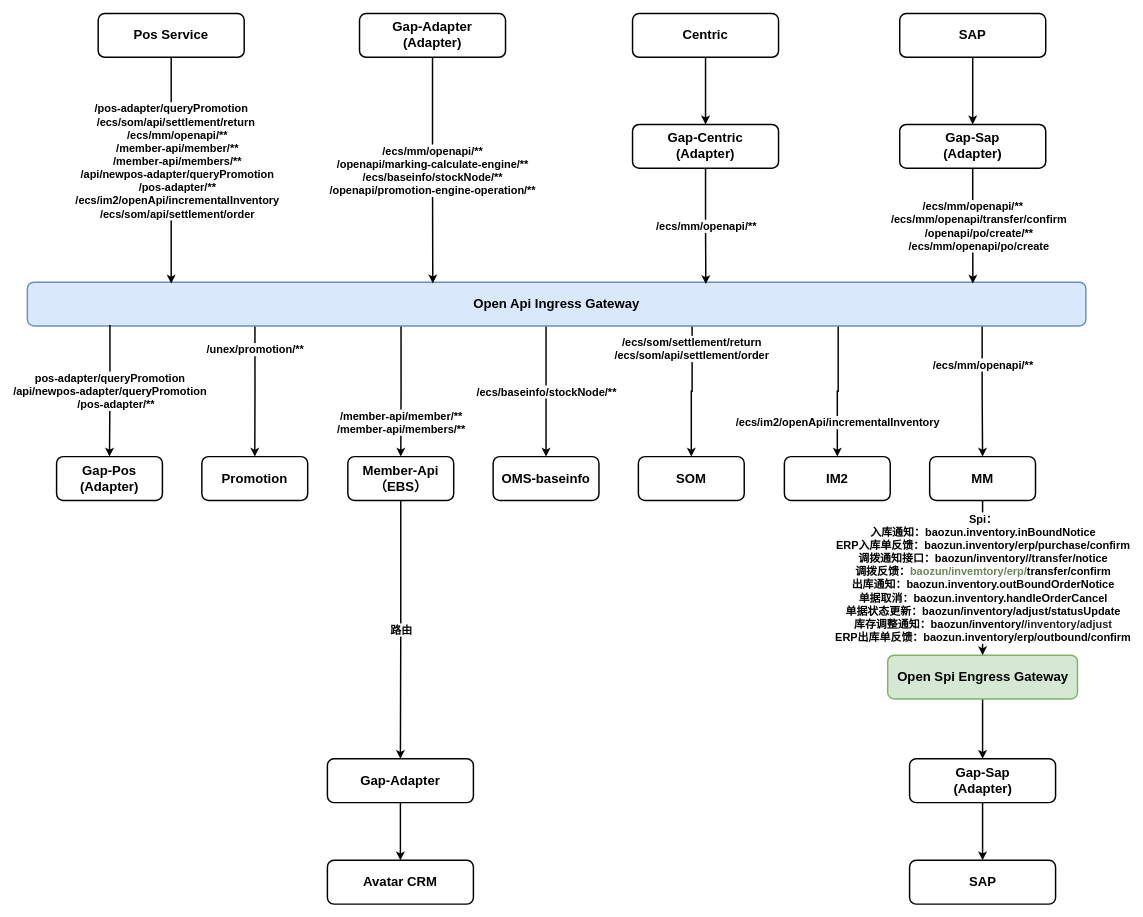
The draw.io diagram page "gap" (1 of 2) of open-api&open-spi.drawio in jackie-thank/beego-authz, before the edit. Source tidied: cells renumbered, new cells numbered last; positions are measured from the earlier drawing's top-left corner, leaving out a move shared by most shapes. Both pictures are drawn from the tidied source at 73%, with x=0, y=0 at pixel (27, 13).
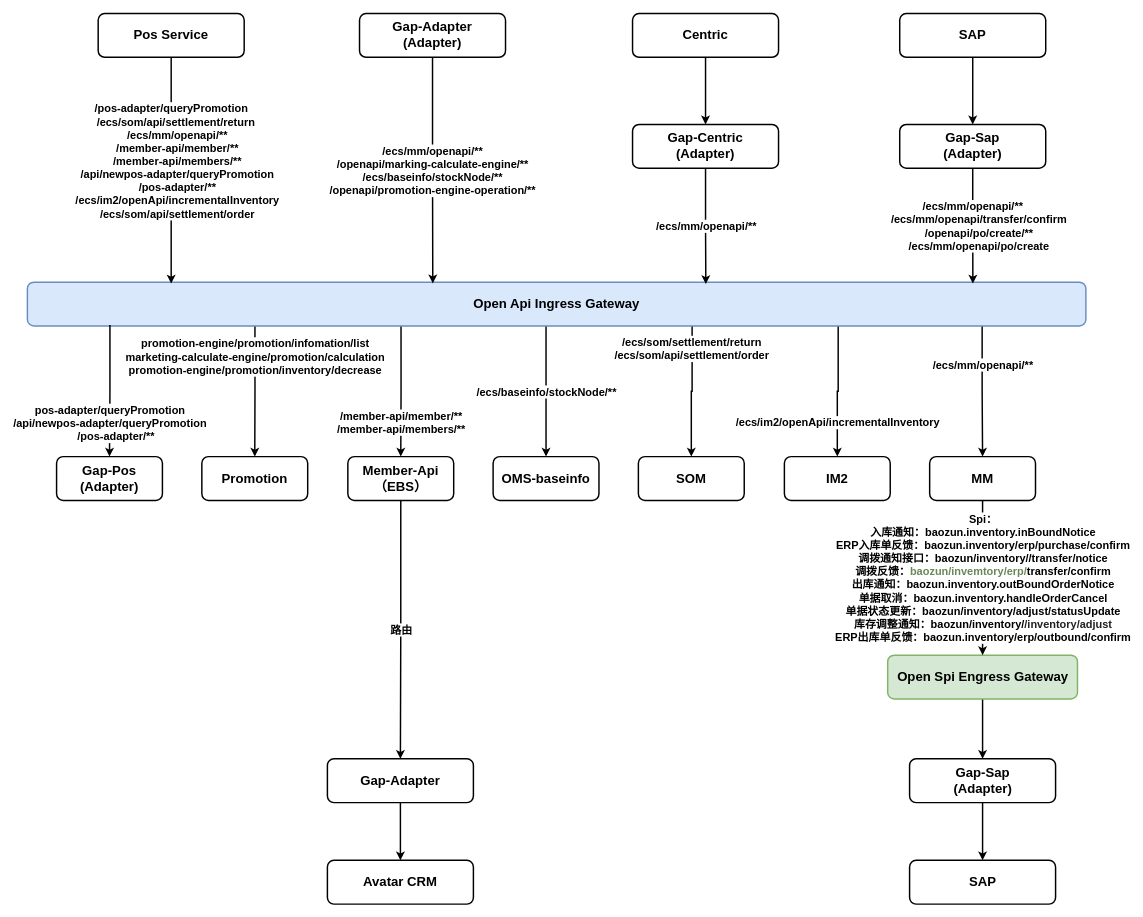
The same diagram, later.

The change refers to these unchanged cells:
```xml
<mxCell id="8" value="Open Api Ingress Gateway" style="rounded=1;whiteSpace=wrap;html=1;strokeWidth=2;fontSize=18;fontStyle=1;align=center;fillColor=#dae8fc;strokeColor=#6c8ebf;" parent="1" vertex="1">
  <mxGeometry y="368" width="1450" height="60" as="geometry" />
</mxCell>
<mxCell id="15" value="&lt;div&gt;Gap-Pos&lt;/div&gt;&lt;div&gt;(Adapter)&lt;br&gt;&lt;/div&gt;" style="rounded=1;whiteSpace=wrap;html=1;strokeWidth=2;fontSize=18;fontStyle=1;align=center;" parent="1" vertex="1">
  <mxGeometry x="40" y="607" width="145" height="60" as="geometry" />
</mxCell>
<mxCell id="20" value="&lt;div&gt;Promotion&lt;br&gt;&lt;/div&gt;" style="rounded=1;whiteSpace=wrap;html=1;strokeWidth=2;fontSize=18;fontStyle=1;align=center;flipH=0;" parent="1" vertex="1">
  <mxGeometry x="239" y="607" width="145" height="60" as="geometry" />
</mxCell>
```

What changed in the source:
```diff
@@
-    <mxCell id="2" value="/unex/promotion/**" style="edgeStyle=orthogonalEdgeStyle;rounded=0;jettySize=auto;html=1;exitX=0.215;exitY=0.995;exitDx=0;exitDy=0;exitPerimeter=0;fontSize=15;fontStyle=1;strokeWidth=2;" parent="1" edge="1" source="8" target="20">
-      <mxGeometry x="-0.64" relative="1" as="geometry" />
+    <mxCell id="2" value="promotion-engine/promotion/infomation/list&lt;br&gt;marketing-calculate-engine/promotion/calculation&lt;br&gt;promotion-engine/promotion/inventory/decrease" style="edgeStyle=orthogonalEdgeStyle;rounded=0;jettySize=auto;html=1;exitX=0.215;exitY=0.995;exitDx=0;exitDy=0;exitPerimeter=0;fontSize=15;fontStyle=1;strokeWidth=2;" parent="1" edge="1" source="8" target="20">
+      <mxGeometry x="-0.53" relative="1" as="geometry" />
     </mxCell>
@@
     <mxCell id="19" value="&lt;div style=&quot;font-size: 15px;&quot;&gt;pos-adapter/queryPromotion&lt;/div&gt;&lt;div style=&quot;font-size: 15px;&quot;&gt;/api/newpos-adapter/queryPromotion&lt;br style=&quot;font-size: 15px;&quot;&gt;&amp;nbsp;&amp;nbsp;&amp;nbsp; /pos-adapter/**&lt;/div&gt;" style="edgeStyle=orthogonalEdgeStyle;rounded=0;jettySize=auto;html=1;exitX=0.078;exitY=0.981;exitDx=0;exitDy=0;exitPerimeter=0;fontSize=15;fontStyle=1;strokeWidth=2;" parent="1" edge="1" source="8" target="15">
-      <mxGeometry relative="1" as="geometry" />
+      <mxGeometry x="0.49" relative="1" as="geometry" />
     </mxCell>
```
